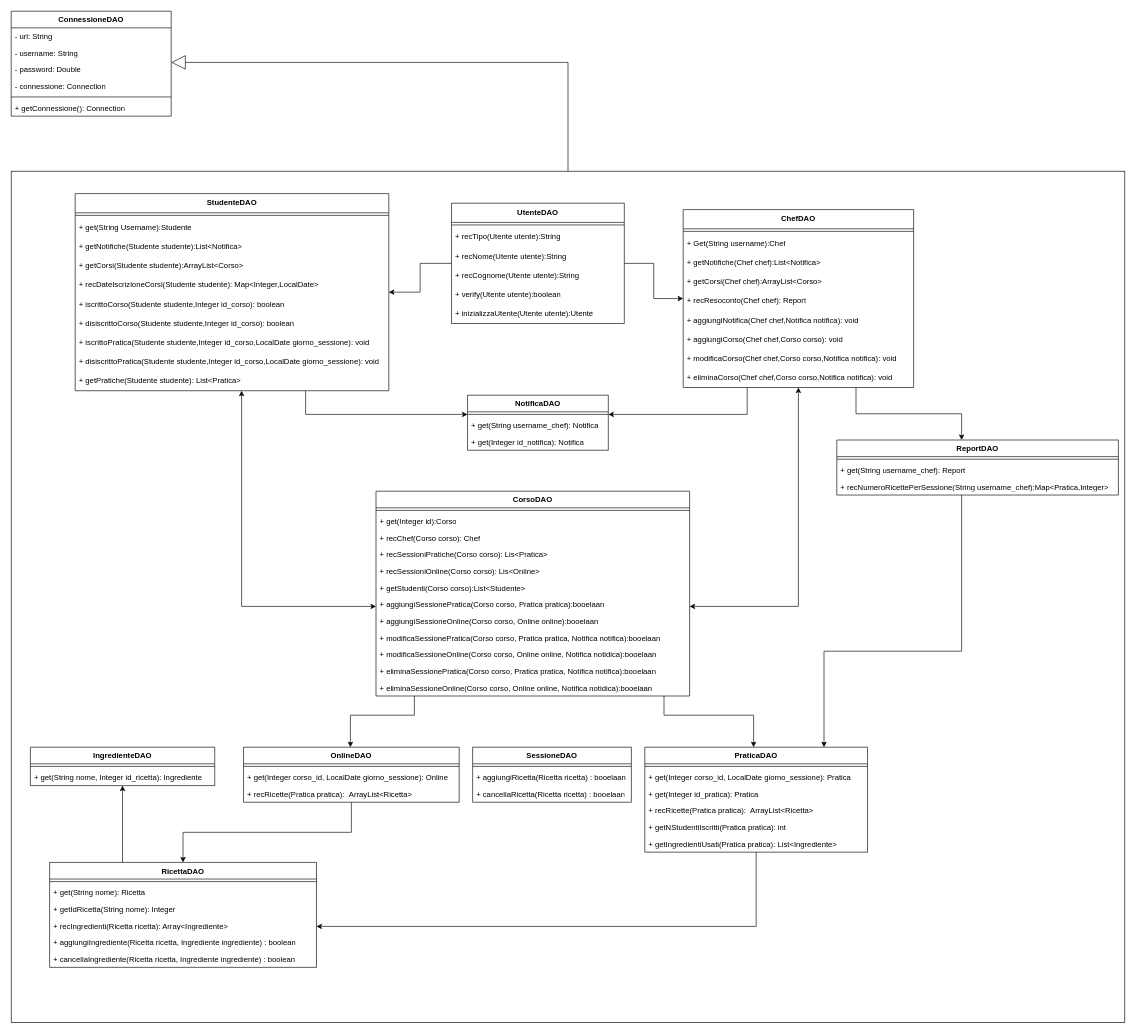
MetisWastaken/UninaFoodLab keeps this draw.io diagram as page "dao" (2 of 3) of obj/uml/UML1.drawio. Above is the earlier version. Source tidied: cells renumbered, new cells numbered last; positions are measured from the earlier drawing's top-left corner, leaving out a move shared by most shapes. Both pictures are drawn from the tidied source at 64%, with x=0, y=0 at pixel (11, 11).
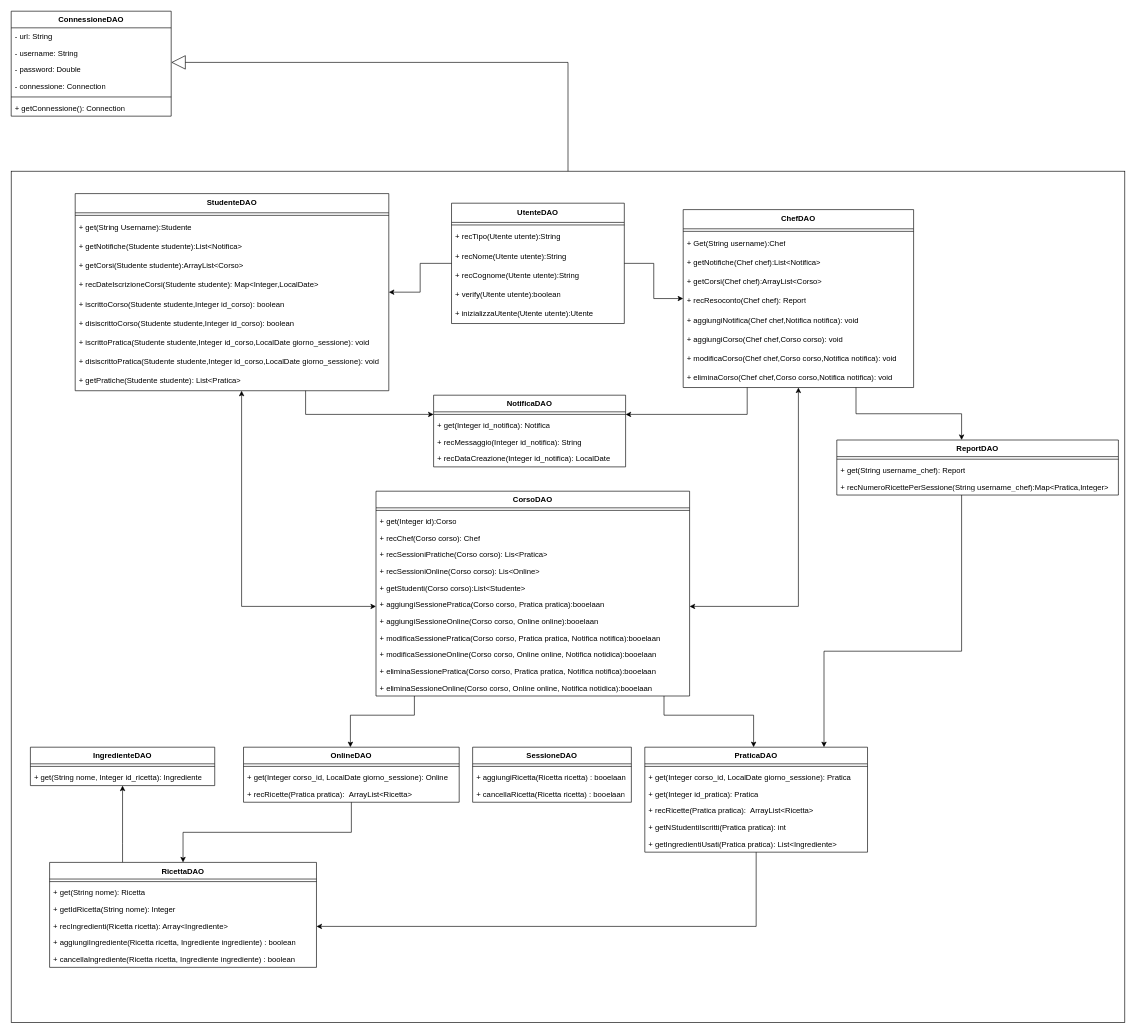
Above is the later version.

Change to the diagram source:
```diff
@@
     <mxCell id="56" value="NotificaDAO" style="swimlane;align=center;verticalAlign=top;horizontal=1;startSize=26;whiteSpace=wrap;html=1;" parent="1" vertex="1">
-      <mxGeometry x="713" y="600" width="220" height="86" as="geometry" />
+      <mxGeometry x="660" y="600" width="300" height="112" as="geometry" />
     </mxCell>
     <mxCell id="57" style="line;strokeWidth=1;fillColor=none;align=left;verticalAlign=middle;spacingTop=-1;spacingLeft=3;spacingRight=3;labelPosition=right;strokeColor=inherit;" parent="56" vertex="1">
-      <mxGeometry y="26" width="220" height="8" as="geometry" />
+      <mxGeometry y="26" width="300" height="8" as="geometry" />
     </mxCell>
-    <mxCell id="58" value="+ get(&lt;span style=&quot;color: light-dark(rgb(0, 0, 0), rgb(255, 255, 255)); background-color: transparent;&quot;&gt;String username_chef&lt;/span&gt;&lt;span style=&quot;color: light-dark(rgb(0, 0, 0), rgb(255, 255, 255)); background-color: transparent;&quot;&gt;): Notifica&lt;/span&gt;" style="text;strokeColor=none;fillColor=none;align=left;verticalAlign=top;spacingLeft=4;spacingRight=4;overflow=hidden;whiteSpace=wrap;html=1;" parent="56" vertex="1">
-      <mxGeometry y="34" width="220" height="26" as="geometry" />
-    </mxCell>
     <mxCell id="59" value="+ get(Integer id_notifica&lt;span style=&quot;color: light-dark(rgb(0, 0, 0), rgb(255, 255, 255)); background-color: transparent;&quot;&gt;): Notifica&lt;/span&gt;" style="text;strokeColor=none;fillColor=none;align=left;verticalAlign=top;spacingLeft=4;spacingRight=4;overflow=hidden;whiteSpace=wrap;html=1;" parent="56" vertex="1">
-      <mxGeometry y="60" width="220" height="26" as="geometry" />
+      <mxGeometry y="34" width="300" height="26" as="geometry" />
     </mxCell>
+    <mxCell id="98" value="+ recMessaggio(Integer id_notifica): String" style="text;strokeColor=none;fillColor=none;align=left;verticalAlign=top;spacingLeft=4;spacingRight=4;overflow=hidden;whiteSpace=wrap;html=1;" parent="56" vertex="1">
+      <mxGeometry y="60" width="300" height="26" as="geometry" />
+    </mxCell>
+    <mxCell id="99" value="+ recDataCreazione(Integer id_notifica): LocalDate" style="text;strokeColor=none;fillColor=none;align=left;verticalAlign=top;spacingLeft=4;spacingRight=4;overflow=hidden;whiteSpace=wrap;html=1;" parent="56" vertex="1">
+      <mxGeometry y="86" width="300" height="26" as="geometry" />
+    </mxCell>
```
